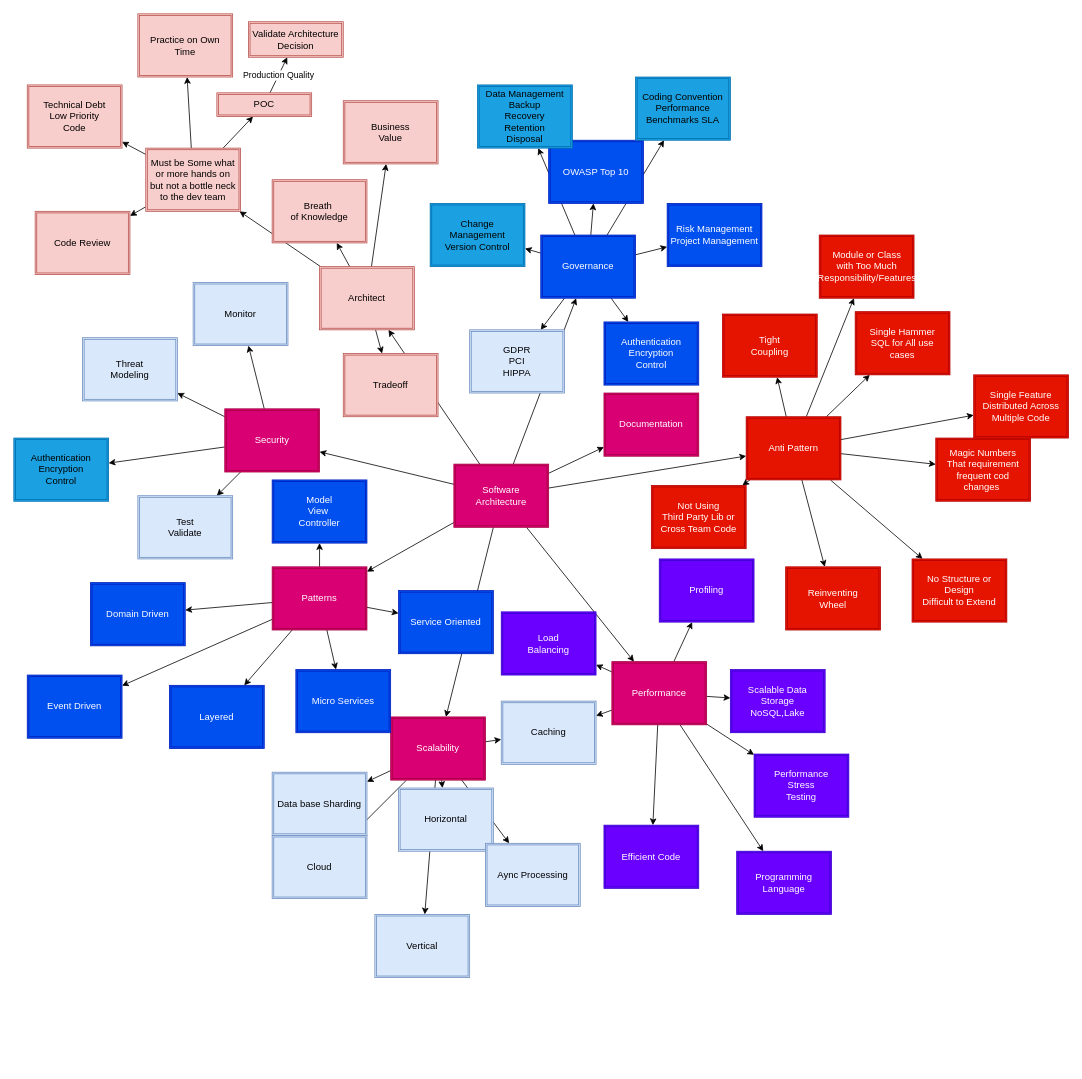
Above: page "Architect" (3 of 4) of diagrams/AzureArchitecture.drawio in uredkar/BAU (draw.io), before the change. Source tidied: cells renumbered, new cells numbered last; positions are measured from the earlier drawing's top-left corner, leaving out a move shared by most shapes. Both pictures are drawn from the tidied source at 79%, with x=0, y=0 at pixel (13, 13).
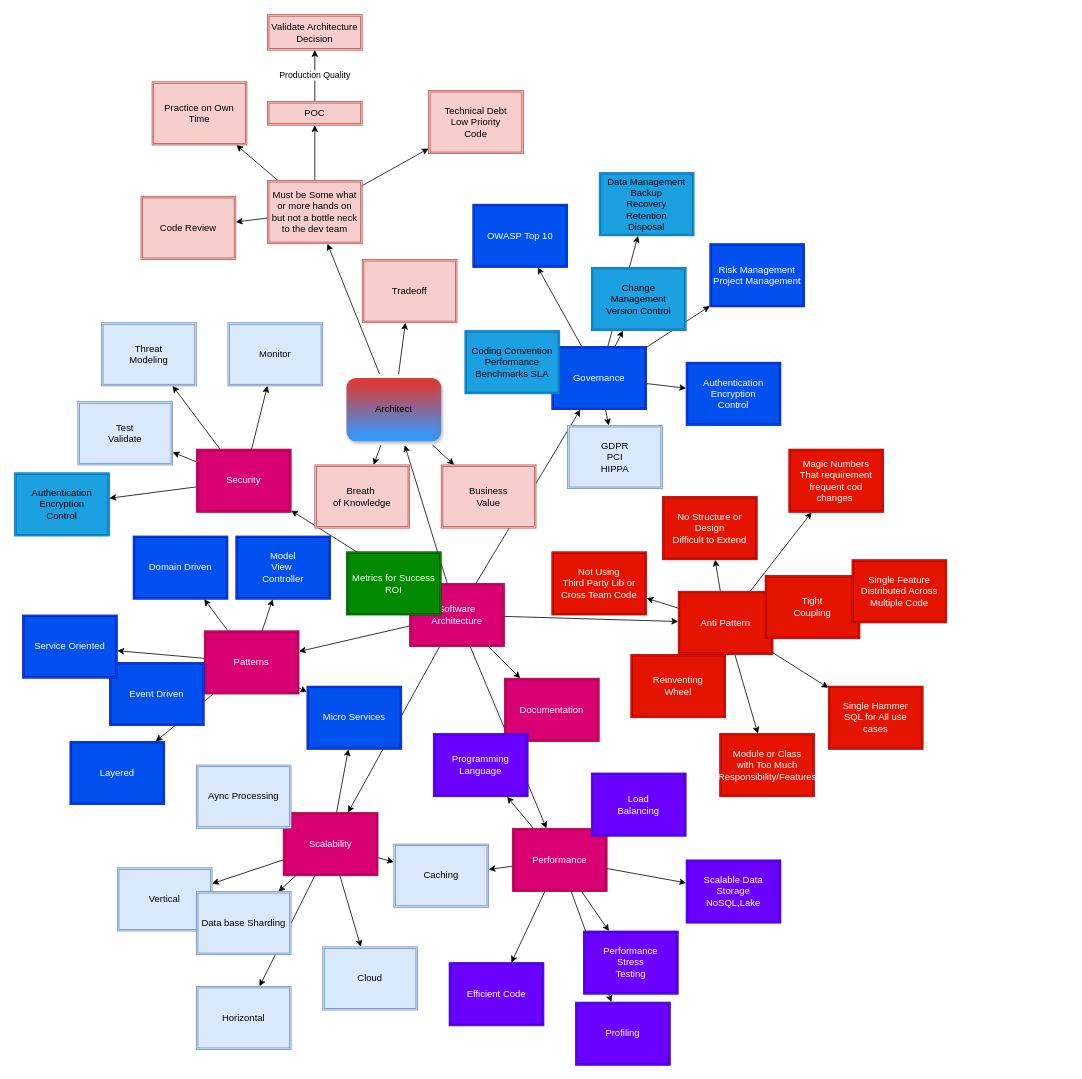
The same page after the edit.

The edit, as a diff of the source:
```diff
@@
+    <mxCell id="113" style="edgeStyle=orthogonalEdgeStyle;rounded=0;jettySize=auto;html=1;noEdgeStyle=1;" parent="1" edge="1" source="10" target="114">
+      <mxGeometry relative="1" as="geometry" />
+    </mxCell>
     <mxCell id="10" value="Software Architecture" style="shape=ext;double=1;rounded=0;whiteSpace=wrap;html=1;fillColor=#d80073;fontColor=#ffffff;strokeColor=#A50040;" parent="1" vertex="1">
-      <mxGeometry x="557" y="570" width="120" height="80" as="geometry" />
+      <mxGeometry x="501" y="721" width="120" height="80" as="geometry" />
     </mxCell>
@@
-    <mxCell id="15" value="Architect" style="shape=ext;double=1;rounded=0;whiteSpace=wrap;html=1;fillColor=#f8cecc;strokeColor=#b85450;" parent="1" vertex="1">
-      <mxGeometry x="387" y="320" width="120" height="80" as="geometry" />
+    <mxCell id="15" value="Architect" style="shape=ext;double=1;rounded=1;whiteSpace=wrap;html=1;fillColor=#dd3931;strokeColor=none;strokeWidth=5;shadow=1;perimeterSpacing=5;gradientColor=#3399FF;" parent="1" vertex="1">
+      <mxGeometry x="421" y="461" width="120" height="80" as="geometry" />
     </mxCell>
@@
     <mxCell id="23" value="Performance" style="shape=ext;double=1;rounded=0;whiteSpace=wrap;html=1;fillColor=#d80073;strokeColor=#A50040;fontColor=#ffffff;" parent="1" vertex="1">
-      <mxGeometry x="757" y="820" width="120" height="80" as="geometry" />
+      <mxGeometry x="631" y="1031" width="120" height="80" as="geometry" />
     </mxCell>
@@
     <mxCell id="31" value="Scalability" style="shape=ext;double=1;rounded=0;whiteSpace=wrap;html=1;fillColor=#d80073;strokeColor=#A50040;fontColor=#ffffff;" parent="1" vertex="1">
-      <mxGeometry x="477" y="890" width="120" height="80" as="geometry" />
+      <mxGeometry x="341" y="1011" width="120" height="80" as="geometry" />
     </mxCell>
@@
     <mxCell id="36" value="Security" style="shape=ext;double=1;rounded=0;whiteSpace=wrap;html=1;fillColor=#d80073;strokeColor=#A50040;fontColor=#ffffff;" parent="1" vertex="1">
-      <mxGeometry x="267" y="500" width="120" height="80" as="geometry" />
+      <mxGeometry x="231" y="551" width="120" height="80" as="geometry" />
     </mxCell>
     <mxCell id="37" value="Documentation" style="shape=ext;double=1;rounded=0;whiteSpace=wrap;html=1;fillColor=#d80073;strokeColor=#A50040;fontColor=#ffffff;" parent="1" vertex="1">
-      <mxGeometry x="747" y="480" width="120" height="80" as="geometry" />
+      <mxGeometry x="621" y="841" width="120" height="80" as="geometry" />
     </mxCell>
@@
     <mxCell id="44" value="Patterns" style="shape=ext;double=1;rounded=0;whiteSpace=wrap;html=1;fillColor=#d80073;strokeColor=#A50040;fontColor=#ffffff;" parent="1" vertex="1">
-      <mxGeometry x="327" y="700" width="120" height="80" as="geometry" />
+      <mxGeometry x="241" y="781" width="120" height="80" as="geometry" />
     </mxCell>
@@
     <mxCell id="53" value="Anti Pattern" style="shape=ext;double=1;rounded=0;whiteSpace=wrap;html=1;fillColor=#e51400;strokeColor=#B20000;fontColor=#ffffff;" parent="1" vertex="1">
-      <mxGeometry x="927" y="510" width="120" height="80" as="geometry" />
+      <mxGeometry x="841" y="731" width="120" height="80" as="geometry" />
     </mxCell>
@@
     <mxCell id="61" value="Governance" style="shape=ext;double=1;rounded=0;whiteSpace=wrap;html=1;fillColor=#0050ef;strokeColor=#001DBC;fontColor=#ffffff;" parent="1" vertex="1">
-      <mxGeometry x="667" y="280" width="120" height="80" as="geometry" />
+      <mxGeometry x="681" y="421" width="120" height="80" as="geometry" />
     </mxCell>
     <mxCell id="62" value="Layered" style="shape=ext;double=1;rounded=0;whiteSpace=wrap;html=1;fillColor=#0050ef;fontColor=#ffffff;strokeColor=#001DBC;" parent="1" vertex="1">
-      <mxGeometry x="197" y="850" width="120" height="80" as="geometry" />
+      <mxGeometry x="71" y="921" width="120" height="80" as="geometry" />
     </mxCell>
     <mxCell id="63" value="Micro Services" style="shape=ext;double=1;rounded=0;whiteSpace=wrap;html=1;fillColor=#0050ef;fontColor=#ffffff;strokeColor=#001DBC;" parent="1" vertex="1">
-      <mxGeometry x="357" y="830" width="120" height="80" as="geometry" />
+      <mxGeometry x="371" y="851" width="120" height="80" as="geometry" />
     </mxCell>
     <mxCell id="64" value="Event Driven" style="shape=ext;double=1;rounded=0;whiteSpace=wrap;html=1;fillColor=#0050ef;fontColor=#ffffff;strokeColor=#001DBC;" parent="1" vertex="1">
-      <mxGeometry x="17" y="837" width="120" height="80" as="geometry" />
+      <mxGeometry x="121" y="821" width="120" height="80" as="geometry" />
     </mxCell>
     <mxCell id="65" value="Domain Driven" style="shape=ext;double=1;rounded=0;whiteSpace=wrap;html=1;fillColor=#0050ef;fontColor=#ffffff;strokeColor=#001DBC;" parent="1" vertex="1">
-      <mxGeometry x="97" y="720" width="120" height="80" as="geometry" />
+      <mxGeometry x="151" y="661" width="120" height="80" as="geometry" />
     </mxCell>
     <mxCell id="66" value="Service Oriented" style="shape=ext;double=1;rounded=0;whiteSpace=wrap;html=1;fillColor=#0050ef;fontColor=#ffffff;strokeColor=#001DBC;" parent="1" vertex="1">
-      <mxGeometry x="487" y="730" width="120" height="80" as="geometry" />
+      <mxGeometry x="11" y="761" width="120" height="80" as="geometry" />
     </mxCell>
     <mxCell id="67" value="Model&lt;br&gt;View&amp;nbsp;&lt;br&gt;Controller" style="shape=ext;double=1;rounded=0;whiteSpace=wrap;html=1;fillColor=#0050ef;fontColor=#ffffff;strokeColor=#001DBC;" parent="1" vertex="1">
-      <mxGeometry x="327" y="590" width="120" height="80" as="geometry" />
+      <mxGeometry x="281" y="661" width="120" height="80" as="geometry" />
     </mxCell>
     <mxCell id="68" value="Horizontal" style="shape=ext;double=1;rounded=0;whiteSpace=wrap;html=1;fillColor=#dae8fc;strokeColor=#6c8ebf;" parent="1" vertex="1">
-      <mxGeometry x="487" y="980" width="120" height="80" as="geometry" />
+      <mxGeometry x="231" y="1231" width="120" height="80" as="geometry" />
     </mxCell>
     <mxCell id="69" value="Vertical" style="shape=ext;double=1;rounded=0;whiteSpace=wrap;html=1;fillColor=#dae8fc;strokeColor=#6c8ebf;" parent="1" vertex="1">
-      <mxGeometry x="457" y="1140" width="120" height="80" as="geometry" />
+      <mxGeometry x="131" y="1081" width="120" height="80" as="geometry" />
     </mxCell>
     <mxCell id="70" value="Caching" style="shape=ext;double=1;rounded=0;whiteSpace=wrap;html=1;fillColor=#dae8fc;strokeColor=#6c8ebf;" parent="1" vertex="1">
-      <mxGeometry x="617" y="870" width="120" height="80" as="geometry" />
+      <mxGeometry x="481" y="1051" width="120" height="80" as="geometry" />
     </mxCell>
     <mxCell id="71" value="Aync Processing" style="shape=ext;double=1;rounded=0;whiteSpace=wrap;html=1;fillColor=#dae8fc;strokeColor=#6c8ebf;" parent="1" vertex="1">
-      <mxGeometry x="597" y="1050" width="120" height="80" as="geometry" />
+      <mxGeometry x="231" y="951" width="120" height="80" as="geometry" />
     </mxCell>
     <mxCell id="72" value="Data base Sharding" style="shape=ext;double=1;rounded=0;whiteSpace=wrap;html=1;fillColor=#dae8fc;strokeColor=#6c8ebf;" parent="1" vertex="1">
-      <mxGeometry x="327" y="960" width="120" height="80" as="geometry" />
+      <mxGeometry x="231" y="1111" width="120" height="80" as="geometry" />
     </mxCell>
     <mxCell id="73" value="Cloud" style="shape=ext;double=1;rounded=0;whiteSpace=wrap;html=1;fillColor=#dae8fc;strokeColor=#6c8ebf;" parent="1" vertex="1">
-      <mxGeometry x="327" y="1040" width="120" height="80" as="geometry" />
+      <mxGeometry x="391" y="1181" width="120" height="80" as="geometry" />
     </mxCell>
     <mxCell id="74" value="GDPR&lt;br&gt;PCI&lt;br&gt;HIPPA" style="shape=ext;double=1;rounded=0;whiteSpace=wrap;html=1;fillColor=#dae8fc;strokeColor=#6c8ebf;" parent="1" vertex="1">
-      <mxGeometry x="577" y="400" width="120" height="80" as="geometry" />
+      <mxGeometry x="701" y="521" width="120" height="80" as="geometry" />
     </mxCell>
     <mxCell id="75" value="OWASP Top 10" style="shape=ext;double=1;rounded=0;whiteSpace=wrap;html=1;fillColor=#0050ef;strokeColor=#001DBC;fontColor=#ffffff;" parent="1" vertex="1">
-      <mxGeometry x="677" y="160" width="120" height="80" as="geometry" />
+      <mxGeometry x="581" y="241" width="120" height="80" as="geometry" />
     </mxCell>
     <mxCell id="76" value="Authentication&lt;br&gt;Encryption&lt;br&gt;Control" style="shape=ext;double=1;rounded=0;whiteSpace=wrap;html=1;fillColor=#0050ef;strokeColor=#001DBC;fontColor=#ffffff;" parent="1" vertex="1">
-      <mxGeometry x="747" y="390" width="120" height="80" as="geometry" />
+      <mxGeometry x="851" y="441" width="120" height="80" as="geometry" />
     </mxCell>
     <mxCell id="77" value="Data Management&lt;br&gt;Backup&lt;br&gt;Recovery&lt;br&gt;Retention&lt;br&gt;Disposal" style="shape=ext;double=1;rounded=0;whiteSpace=wrap;html=1;fillColor=#1ba1e2;strokeColor=#006EAF;" parent="1" vertex="1">
-      <mxGeometry x="587" y="90" width="120" height="80" as="geometry" />
+      <mxGeometry x="741" y="201" width="120" height="80" as="geometry" />
     </mxCell>
     <mxCell id="78" value="Coding Convention&lt;br&gt;Performance Benchmarks SLA&lt;br&gt;" style="shape=ext;double=1;rounded=0;whiteSpace=wrap;html=1;fillColor=#1ba1e2;strokeColor=#006EAF;" parent="1" vertex="1">
-      <mxGeometry x="787" y="80" width="120" height="80" as="geometry" />
+      <mxGeometry x="571" y="401" width="120" height="80" as="geometry" />
     </mxCell>
     <mxCell id="79" value="Change Management&lt;br&gt;Version Control" style="shape=ext;double=1;rounded=0;whiteSpace=wrap;html=1;fillColor=#1ba1e2;strokeColor=#006EAF;" parent="1" vertex="1">
-      <mxGeometry x="527" y="240" width="120" height="80" as="geometry" />
+      <mxGeometry x="731" y="321" width="120" height="80" as="geometry" />
     </mxCell>
     <mxCell id="80" value="Risk Management&lt;br&gt;Project Management" style="shape=ext;double=1;rounded=0;whiteSpace=wrap;html=1;fillColor=#0050ef;strokeColor=#001DBC;fontColor=#ffffff;" parent="1" vertex="1">
-      <mxGeometry x="827" y="240" width="120" height="80" as="geometry" />
+      <mxGeometry x="881" y="291" width="120" height="80" as="geometry" />
     </mxCell>
     <mxCell id="81" value="Authentication&lt;br&gt;Encryption&lt;br&gt;Control" style="shape=ext;double=1;rounded=0;whiteSpace=wrap;html=1;fillColor=#1ba1e2;strokeColor=#006EAF;" parent="1" vertex="1">
-      <mxGeometry y="537" width="120" height="80" as="geometry" />
+      <mxGeometry x="1" y="581" width="120" height="80" as="geometry" />
     </mxCell>
     <mxCell id="82" value="Test&lt;br&gt;Validate" style="shape=ext;double=1;rounded=0;whiteSpace=wrap;html=1;fillColor=#dae8fc;strokeColor=#6c8ebf;" parent="1" vertex="1">
-      <mxGeometry x="157" y="610" width="120" height="80" as="geometry" />
+      <mxGeometry x="81" y="491" width="120" height="80" as="geometry" />
     </mxCell>
     <mxCell id="83" value="Monitor" style="shape=ext;double=1;rounded=0;whiteSpace=wrap;html=1;fillColor=#dae8fc;strokeColor=#6c8ebf;" parent="1" vertex="1">
-      <mxGeometry x="227" y="340" width="120" height="80" as="geometry" />
+      <mxGeometry x="271" y="391" width="120" height="80" as="geometry" />
     </mxCell>
     <mxCell id="84" value="Threat&lt;br&gt;Modeling" style="shape=ext;double=1;rounded=0;whiteSpace=wrap;html=1;fillColor=#dae8fc;strokeColor=#6c8ebf;" parent="1" vertex="1">
-      <mxGeometry x="87" y="410" width="120" height="80" as="geometry" />
+      <mxGeometry x="111" y="391" width="120" height="80" as="geometry" />
     </mxCell>
     <mxCell id="85" value="Programming&lt;br&gt;Language" style="shape=ext;double=1;rounded=0;whiteSpace=wrap;html=1;fillColor=#6a00ff;strokeColor=#3700CC;fontColor=#ffffff;" parent="1" vertex="1">
-      <mxGeometry x="915" y="1060" width="120" height="80" as="geometry" />
+      <mxGeometry x="531" y="911" width="120" height="80" as="geometry" />
     </mxCell>
     <mxCell id="86" value="Load&lt;br&gt;Balancing" style="shape=ext;double=1;rounded=0;whiteSpace=wrap;html=1;fillColor=#6a00ff;strokeColor=#3700CC;fontColor=#ffffff;" parent="1" vertex="1">
-      <mxGeometry x="617" y="757" width="120" height="80" as="geometry" />
+      <mxGeometry x="731" y="961" width="120" height="80" as="geometry" />
     </mxCell>
     <mxCell id="87" value="Scalable Data Storage&lt;br&gt;NoSQL,Lake" style="shape=ext;double=1;rounded=0;whiteSpace=wrap;html=1;fillColor=#6a00ff;strokeColor=#3700CC;fontColor=#ffffff;" parent="1" vertex="1">
-      <mxGeometry x="907" y="830" width="120" height="80" as="geometry" />
+      <mxGeometry x="851" y="1071" width="120" height="80" as="geometry" />
     </mxCell>
     <mxCell id="88" value="Performance&lt;br&gt;Stress&lt;br&gt;Testing" style="shape=ext;double=1;rounded=0;whiteSpace=wrap;html=1;fillColor=#6a00ff;strokeColor=#3700CC;fontColor=#ffffff;" parent="1" vertex="1">
-      <mxGeometry x="937" y="937" width="120" height="80" as="geometry" />
+      <mxGeometry x="721" y="1161" width="120" height="80" as="geometry" />
     </mxCell>
     <mxCell id="89" value="Efficient Code&lt;br&gt;" style="shape=ext;double=1;rounded=0;whiteSpace=wrap;html=1;fillColor=#6a00ff;strokeColor=#3700CC;fontColor=#ffffff;" parent="1" vertex="1">
-      <mxGeometry x="747" y="1027" width="120" height="80" as="geometry" />
+      <mxGeometry x="551" y="1201" width="120" height="80" as="geometry" />
     </mxCell>
     <mxCell id="90" value="Profiling" style="shape=ext;double=1;rounded=0;whiteSpace=wrap;html=1;fillColor=#6a00ff;strokeColor=#3700CC;fontColor=#ffffff;" parent="1" vertex="1">
-      <mxGeometry x="817" y="690" width="120" height="80" as="geometry" />
+      <mxGeometry x="711" y="1251" width="120" height="80" as="geometry" />
     </mxCell>
     <mxCell id="91" value="Module or Class&lt;br&gt;with Too Much Responsibility/Features" style="shape=ext;double=1;rounded=0;whiteSpace=wrap;html=1;fillColor=#e51400;strokeColor=#B20000;fontColor=#ffffff;" parent="1" vertex="1">
-      <mxGeometry x="1019.5" y="280" width="120" height="80" as="geometry" />
+      <mxGeometry x="893.5" y="911" width="120" height="80" as="geometry" />
     </mxCell>
     <mxCell id="92" value="No Structure or Design&lt;br&gt;Difficult to Extend" style="shape=ext;double=1;rounded=0;whiteSpace=wrap;html=1;fillColor=#e51400;strokeColor=#B20000;fontColor=#ffffff;" parent="1" vertex="1">
-      <mxGeometry x="1137" y="690" width="120" height="80" as="geometry" />
+      <mxGeometry x="821" y="611" width="120" height="80" as="geometry" />
     </mxCell>
     <mxCell id="93" value="Single Hammer&lt;br&gt;SQL for All use cases" style="shape=ext;double=1;rounded=0;whiteSpace=wrap;html=1;fillColor=#e51400;strokeColor=#B20000;fontColor=#ffffff;" parent="1" vertex="1">
-      <mxGeometry x="1065" y="377" width="120" height="80" as="geometry" />
+      <mxGeometry x="1031" y="851" width="120" height="80" as="geometry" />
     </mxCell>
     <mxCell id="94" value="Reinventing&lt;br&gt;Wheel" style="shape=ext;double=1;rounded=0;whiteSpace=wrap;html=1;fillColor=#e51400;strokeColor=#B20000;fontColor=#ffffff;" parent="1" vertex="1">
-      <mxGeometry x="977" y="700" width="120" height="80" as="geometry" />
+      <mxGeometry x="781" y="811" width="120" height="80" as="geometry" />
     </mxCell>
     <mxCell id="95" value="Not Using&lt;br&gt;Third Party Lib or Cross Team Code" style="shape=ext;double=1;rounded=0;whiteSpace=wrap;html=1;fillColor=#e51400;strokeColor=#B20000;fontColor=#ffffff;" parent="1" vertex="1">
-      <mxGeometry x="807" y="597" width="120" height="80" as="geometry" />
+      <mxGeometry x="681" y="681" width="120" height="80" as="geometry" />
     </mxCell>
     <mxCell id="96" value="Magic Numbers&lt;br&gt;That requirement frequent cod changes&amp;nbsp;" style="shape=ext;double=1;rounded=0;whiteSpace=wrap;html=1;fillColor=#e51400;strokeColor=#B20000;fontColor=#ffffff;" parent="1" vertex="1">
-      <mxGeometry x="1167" y="537" width="120" height="80" as="geometry" />
+      <mxGeometry x="981" y="551" width="120" height="80" as="geometry" />
     </mxCell>
     <mxCell id="97" value="Tight&lt;br&gt;Coupling" style="shape=ext;double=1;rounded=0;whiteSpace=wrap;html=1;fillColor=#e51400;strokeColor=#B20000;fontColor=#ffffff;" parent="1" vertex="1">
-      <mxGeometry x="897" y="380" width="120" height="80" as="geometry" />
+      <mxGeometry x="951" y="711" width="120" height="80" as="geometry" />
     </mxCell>
     <mxCell id="98" value="Single Feature&lt;br&gt;Distributed Across Multiple Code" style="shape=ext;double=1;rounded=0;whiteSpace=wrap;html=1;fillColor=#e51400;strokeColor=#B20000;fontColor=#ffffff;" parent="1" vertex="1">
-      <mxGeometry x="1215" y="457" width="120" height="80" as="geometry" />
+      <mxGeometry x="1061" y="691" width="120" height="80" as="geometry" />
     </mxCell>
     <mxCell id="99" value="Business&lt;br&gt;Value" style="shape=ext;double=1;rounded=0;whiteSpace=wrap;html=1;fillColor=#f8cecc;strokeColor=#b85450;" parent="1" vertex="1">
-      <mxGeometry x="417" y="110" width="120" height="80" as="geometry" />
+      <mxGeometry x="541" y="571" width="120" height="80" as="geometry" />
     </mxCell>
     <mxCell id="100" value="Tradeoff" style="shape=ext;double=1;rounded=0;whiteSpace=wrap;html=1;fillColor=#f8cecc;strokeColor=#b85450;" parent="1" vertex="1">
-      <mxGeometry x="417" y="430" width="120" height="80" as="geometry" />
+      <mxGeometry x="441" y="311" width="120" height="80" as="geometry" />
     </mxCell>
     <mxCell id="101" value="Breath&amp;nbsp;&lt;br&gt;of Knowledge" style="shape=ext;double=1;rounded=0;whiteSpace=wrap;html=1;fillColor=#f8cecc;strokeColor=#b85450;" parent="1" vertex="1">
-      <mxGeometry x="327" y="210" width="120" height="80" as="geometry" />
+      <mxGeometry x="381" y="571" width="120" height="80" as="geometry" />
     </mxCell>
@@
     <mxCell id="106" value="Must be Some what or more hands on but not a bottle neck to the dev team" style="shape=ext;double=1;rounded=0;whiteSpace=wrap;html=1;fillColor=#f8cecc;strokeColor=#b85450;" parent="1" vertex="1">
-      <mxGeometry x="167" y="170" width="120" height="80" as="geometry" />
+      <mxGeometry x="321" y="211" width="120" height="80" as="geometry" />
     </mxCell>
@@
     <mxCell id="108" value="POC" style="shape=ext;double=1;rounded=0;whiteSpace=wrap;html=1;fillColor=#f8cecc;strokeColor=#b85450;" parent="1" vertex="1">
-      <mxGeometry x="257" y="100" width="120" height="30" as="geometry" />
+      <mxGeometry x="321" y="111" width="120" height="30" as="geometry" />
     </mxCell>
     <mxCell id="109" value="Validate Architecture Decision" style="shape=ext;double=1;rounded=0;whiteSpace=wrap;html=1;fillColor=#f8cecc;strokeColor=#b85450;" parent="1" vertex="1">
-      <mxGeometry x="297" y="10" width="120" height="45" as="geometry" />
+      <mxGeometry x="321" y="1" width="120" height="45" as="geometry" />
     </mxCell>
     <mxCell id="110" value="Technical Debt&lt;br&gt;Low Priority&lt;br&gt;Code" style="shape=ext;double=1;rounded=0;whiteSpace=wrap;html=1;fillColor=#f8cecc;strokeColor=#b85450;" parent="1" vertex="1">
-      <mxGeometry x="17" y="90" width="120" height="80" as="geometry" />
+      <mxGeometry x="525" y="97" width="120" height="80" as="geometry" />
     </mxCell>
     <mxCell id="111" value="Practice on Own Time" style="shape=ext;double=1;rounded=0;whiteSpace=wrap;html=1;fillColor=#f8cecc;strokeColor=#b85450;" parent="1" vertex="1">
-      <mxGeometry x="157" width="120" height="80" as="geometry" />
+      <mxGeometry x="175" y="86" width="120" height="80" as="geometry" />
     </mxCell>
     <mxCell id="112" value="Code Review" style="shape=ext;double=1;rounded=0;whiteSpace=wrap;html=1;fillColor=#f8cecc;strokeColor=#b85450;" parent="1" vertex="1">
-      <mxGeometry x="27" y="250" width="120" height="80" as="geometry" />
+      <mxGeometry x="161" y="231" width="120" height="80" as="geometry" />
     </mxCell>
+    <mxCell id="114" value="Metrics for Success&lt;br&gt;ROI" style="shape=ext;double=1;rounded=0;whiteSpace=wrap;html=1;fillColor=#008a00;fontColor=#ffffff;strokeColor=#005700;" parent="1" vertex="1">
+      <mxGeometry x="421" y="681" width="120" height="80" as="geometry" />
+    </mxCell>
```
